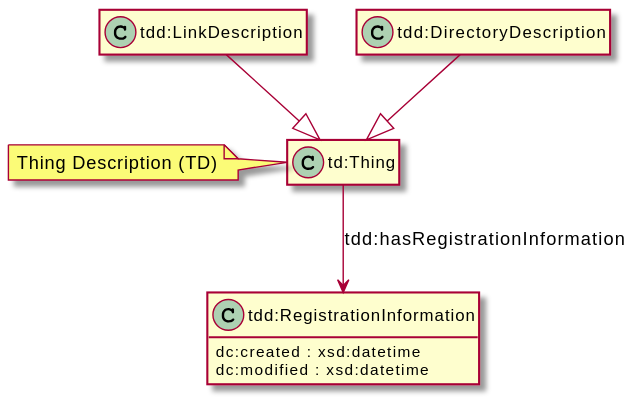
This is images/directory-td-class-diagram.svg from w3c/wot-discovery, a PlantUML export, as it was before one commit. Its diagram source:
```plantuml
@startuml
hide members
class "td:Thing"

class "tdd:RegistrationInformation" {
  dc:created : xsd:datetime
  dc:modified : xsd:datetime
}


note left of "td:Thing"
  Thing Description (TD)
end note


"td:Thing" --> "tdd:RegistrationInformation" : "tdd:hasRegistrationInformation"


"tdd:LinkDescription" --|> "td:Thing"
"tdd:DirectoryDescription" --|> "td:Thing"

show "tdd:RegistrationInformation" attributes
@enduml
```
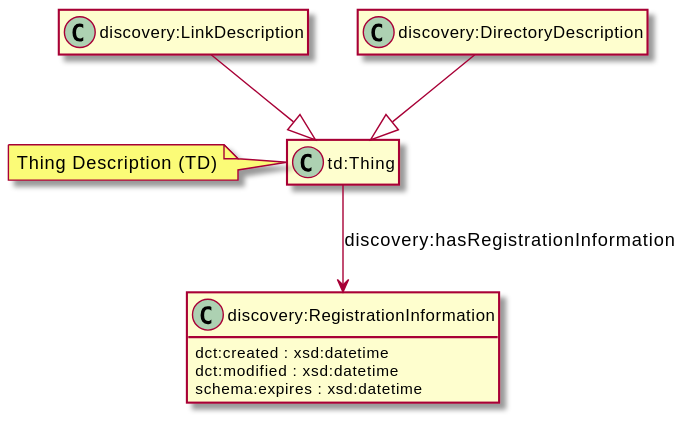
Above is the later version.

Commit message:
Add expires field

The edit, as a diff of the source:
```diff
@@ -2,9 +2,10 @@
 hide members
 class "td:Thing"
 
-class "tdd:RegistrationInformation" {
-  dc:created : xsd:datetime
-  dc:modified : xsd:datetime
+class "discovery:RegistrationInformation" {
+  dct:created : xsd:datetime
+  dct:modified : xsd:datetime
+  schema:expires : xsd:datetime
 }
 
 
@@ -13,11 +14,11 @@
 end note
 
 
-"td:Thing" --> "tdd:RegistrationInformation" : "tdd:hasRegistrationInformation"
+"td:Thing" --> "discovery:RegistrationInformation" : "discovery:hasRegistrationInformation"
 
 
-"tdd:LinkDescription" --|> "td:Thing"
-"tdd:DirectoryDescription" --|> "td:Thing"
+"discovery:LinkDescription" --|> "td:Thing"
+"discovery:DirectoryDescription" --|> "td:Thing"
 
-show "tdd:RegistrationInformation" attributes
+show "discovery:RegistrationInformation" attributes
 @enduml
```
